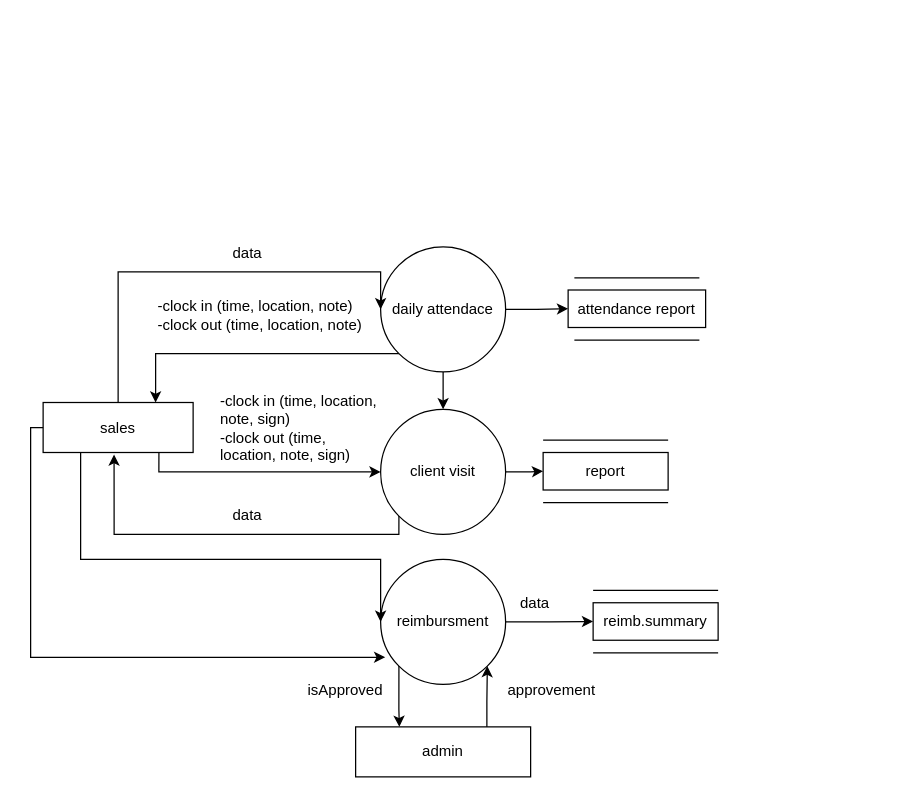
kaefd/repo-dump keeps this draw.io diagram as salesDiagram.drawio. Above is the earlier version. Source tidied: cells renumbered, new cells numbered last; positions are measured from the earlier drawing's top-left corner, leaving out a move shared by most shapes. Both pictures are drawn from the tidied source at 125%, with x=0, y=0 at pixel (30, 234).
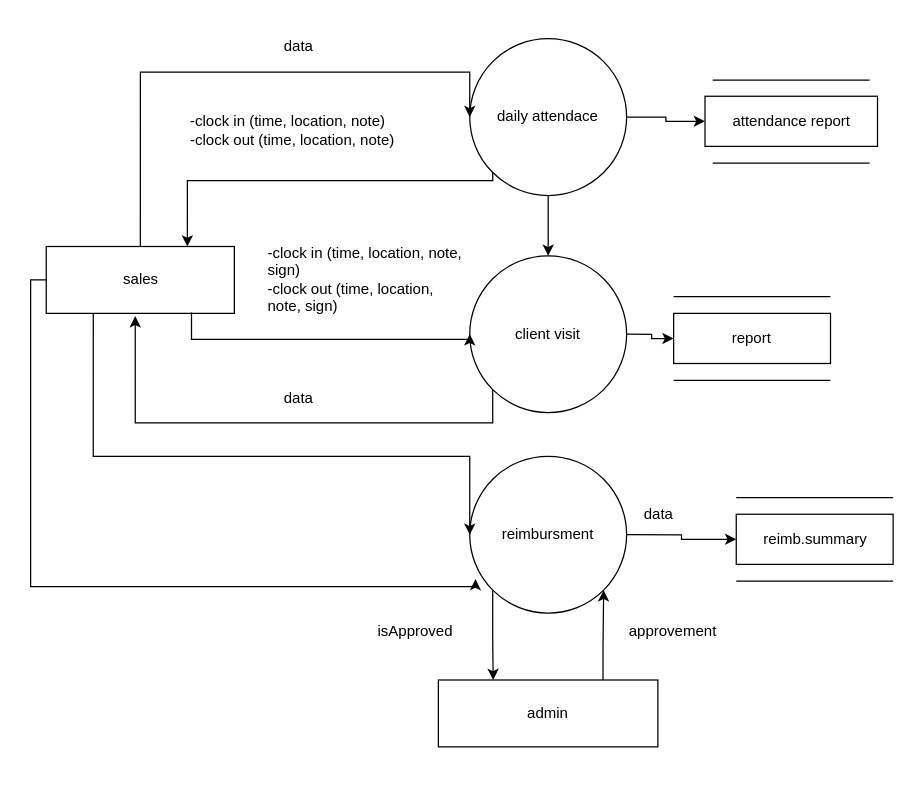
The same page after the edit.

What changed in the source:
```diff
@@
-    <mxCell id="2" style="edgeStyle=orthogonalEdgeStyle;rounded=0;jettySize=auto;html=1;exitX=1;exitY=0.5;exitDx=0;exitDy=0;entryX=0;entryY=0.5;entryDx=0;entryDy=0;" parent="1" edge="1" source="5" target="24">
-      <mxGeometry relative="1" as="geometry" />
-    </mxCell>
+    <mxCell id="36" style="group;" parent="1" vertex="1">
+      <mxGeometry y="-170" width="690" height="580" as="geometry" />
+    </mxCell>
+    <mxCell id="5" value="daily attendace" style="ellipse;whiteSpace=wrap;html=1;" parent="36" vertex="1">
+      <mxGeometry x="351.3" y="13.4" width="125.5" height="125.5" as="geometry" />
+    </mxCell>
+    <mxCell id="8" value="reimbursment" style="ellipse;whiteSpace=wrap;html=1;" parent="36" vertex="1">
+      <mxGeometry x="351.3" y="347.5" width="125.5" height="125.5" as="geometry" />
+    </mxCell>
+    <mxCell id="11" value="client visit" style="ellipse;whiteSpace=wrap;html=1;" parent="36" vertex="1">
+      <mxGeometry x="351.3" y="187.1" width="125.5" height="125.5" as="geometry" />
+    </mxCell>
-    <mxCell id="3" style="edgeStyle=orthogonalEdgeStyle;rounded=0;jettySize=auto;html=1;exitX=0.5;exitY=1;exitDx=0;exitDy=0;entryX=0.5;entryY=0;entryDx=0;entryDy=0;" parent="1" edge="1" source="5" target="11">
+    <mxCell id="3" style="edgeStyle=orthogonalEdgeStyle;rounded=0;jettySize=auto;html=1;exitX=0.5;exitY=1;exitDx=0;exitDy=0;entryX=0.5;entryY=0;entryDx=0;entryDy=0;" parent="36" edge="1" source="5" target="11">
       <mxGeometry relative="1" as="geometry" />
     </mxCell>
-    <mxCell id="4" style="edgeStyle=orthogonalEdgeStyle;rounded=0;jettySize=auto;html=1;exitX=0;exitY=1;exitDx=0;exitDy=0;entryX=0.75;entryY=0;entryDx=0;entryDy=0;" parent="1" edge="1" source="5" target="14">
-      <mxGeometry relative="1" as="geometry">
-        <Array as="points">
-          <mxPoint x="100" y="95" />
-        </Array>
-      </mxGeometry>
-    </mxCell>
-    <mxCell id="5" value="daily attendace" style="ellipse;whiteSpace=wrap;html=1;" parent="1" vertex="1">
-      <mxGeometry x="280" y="10" width="100" height="100" as="geometry" />
-    </mxCell>
-    <mxCell id="6" style="edgeStyle=orthogonalEdgeStyle;rounded=0;jettySize=auto;html=1;exitX=0;exitY=1;exitDx=0;exitDy=0;entryX=0.25;entryY=0;entryDx=0;entryDy=0;" parent="1" edge="1" source="8" target="16">
-      <mxGeometry relative="1" as="geometry" />
-    </mxCell>
-    <mxCell id="7" style="edgeStyle=orthogonalEdgeStyle;rounded=0;jettySize=auto;html=1;exitX=1;exitY=0.5;exitDx=0;exitDy=0;entryX=0;entryY=0.5;entryDx=0;entryDy=0;" parent="1" edge="1" source="8" target="18">
-      <mxGeometry relative="1" as="geometry" />
-    </mxCell>
-    <mxCell id="8" value="reimbursment" style="ellipse;whiteSpace=wrap;html=1;" parent="1" vertex="1">
-      <mxGeometry x="280" y="260" width="100" height="100" as="geometry" />
-    </mxCell>
-    <mxCell id="9" style="edgeStyle=orthogonalEdgeStyle;rounded=0;jettySize=auto;html=1;exitX=1;exitY=0.5;exitDx=0;exitDy=0;" parent="1" edge="1" source="11" target="21">
-      <mxGeometry relative="1" as="geometry" />
-    </mxCell>
-    <mxCell id="10" style="edgeStyle=orthogonalEdgeStyle;rounded=0;jettySize=auto;html=1;exitX=0;exitY=1;exitDx=0;exitDy=0;entryX=0.473;entryY=1.041;entryDx=0;entryDy=0;entryPerimeter=0;" parent="1" edge="1" source="11" target="14">
-      <mxGeometry relative="1" as="geometry">
-        <Array as="points">
-          <mxPoint x="295" y="240" />
-          <mxPoint x="67" y="240" />
-        </Array>
-      </mxGeometry>
-    </mxCell>
-    <mxCell id="11" value="client visit" style="ellipse;whiteSpace=wrap;html=1;" parent="1" vertex="1">
-      <mxGeometry x="280" y="140" width="100" height="100" as="geometry" />
-    </mxCell>
-    <mxCell id="12" style="edgeStyle=orthogonalEdgeStyle;rounded=0;jettySize=auto;html=1;exitX=0.5;exitY=0;exitDx=0;exitDy=0;entryX=0;entryY=0.5;entryDx=0;entryDy=0;" parent="1" edge="1" source="14" target="5">
+    <mxCell id="12" style="edgeStyle=orthogonalEdgeStyle;rounded=0;jettySize=auto;html=1;exitX=0.5;exitY=0;exitDx=0;exitDy=0;entryX=0;entryY=0.5;entryDx=0;entryDy=0;" parent="36" edge="1" source="14" target="5">
       <mxGeometry relative="1" as="geometry">
         <Array as="points">
-          <mxPoint x="70" y="30" />
-          <mxPoint x="280" y="30" />
+          <mxPoint x="87.8" y="40.1" />
+          <mxPoint x="351.3" y="40.1" />
         </Array>
       </mxGeometry>
     </mxCell>
-    <mxCell id="13" style="edgeStyle=orthogonalEdgeStyle;rounded=0;jettySize=auto;html=1;exitX=0.25;exitY=1;exitDx=0;exitDy=0;entryX=0;entryY=0.5;entryDx=0;entryDy=0;" parent="1" edge="1" source="14" target="8">
+    <mxCell id="13" style="edgeStyle=orthogonalEdgeStyle;rounded=0;jettySize=auto;html=1;exitX=0.25;exitY=1;exitDx=0;exitDy=0;entryX=0;entryY=0.5;entryDx=0;entryDy=0;" parent="36" edge="1" source="14" target="8">
       <mxGeometry relative="1" as="geometry">
         <Array as="points">
-          <mxPoint x="40" y="260" />
-          <mxPoint x="280" y="260" />
+          <mxPoint x="50.2" y="347.5" />
+          <mxPoint x="351.3" y="347.5" />
         </Array>
       </mxGeometry>
     </mxCell>
-    <mxCell id="14" value="sales" style="rounded=0;whiteSpace=wrap;html=1;" parent="1" vertex="1">
-      <mxGeometry x="10" y="134.5" width="120" height="40" as="geometry" />
+    <mxCell id="14" value="sales" style="rounded=0;whiteSpace=wrap;html=1;" parent="36" vertex="1">
+      <mxGeometry x="12.5" y="179.7" width="150.5" height="53.5" as="geometry" />
     </mxCell>
+    <mxCell id="4" style="edgeStyle=orthogonalEdgeStyle;rounded=0;jettySize=auto;html=1;exitX=0;exitY=1;exitDx=0;exitDy=0;entryX=0.75;entryY=0;entryDx=0;entryDy=0;" parent="36" edge="1" source="5" target="14">
+      <mxGeometry relative="1" as="geometry">
+        <Array as="points">
+          <mxPoint x="125.5" y="127" />
+        </Array>
+      </mxGeometry>
+    </mxCell>
+    <mxCell id="10" style="edgeStyle=orthogonalEdgeStyle;rounded=0;jettySize=auto;html=1;exitX=0;exitY=1;exitDx=0;exitDy=0;entryX=0.473;entryY=1.041;entryDx=0;entryDy=0;entryPerimeter=0;" parent="36" edge="1" source="11" target="14">
+      <mxGeometry relative="1" as="geometry">
+        <Array as="points">
+          <mxPoint x="370.1" y="320.7" />
+          <mxPoint x="84.1" y="320.7" />
+        </Array>
+      </mxGeometry>
+    </mxCell>
-    <mxCell id="15" style="edgeStyle=orthogonalEdgeStyle;rounded=0;jettySize=auto;html=1;exitX=0.75;exitY=0;exitDx=0;exitDy=0;entryX=1;entryY=1;entryDx=0;entryDy=0;" parent="1" edge="1" source="16" target="8">
+    <mxCell id="15" style="edgeStyle=orthogonalEdgeStyle;rounded=0;jettySize=auto;html=1;exitX=0.75;exitY=0;exitDx=0;exitDy=0;entryX=1;entryY=1;entryDx=0;entryDy=0;" parent="36" edge="1" source="16" target="8">
       <mxGeometry relative="1" as="geometry" />
     </mxCell>
-    <mxCell id="16" value="admin" style="rounded=0;whiteSpace=wrap;html=1;" parent="1" vertex="1">
-      <mxGeometry x="260" y="394" width="140" height="40" as="geometry" />
+    <mxCell id="16" value="admin" style="rounded=0;whiteSpace=wrap;html=1;" parent="36" vertex="1">
+      <mxGeometry x="326.2" y="526.5" width="175.6" height="53.5" as="geometry" />
     </mxCell>
+    <mxCell id="6" style="edgeStyle=orthogonalEdgeStyle;rounded=0;jettySize=auto;html=1;exitX=0;exitY=1;exitDx=0;exitDy=0;entryX=0.25;entryY=0;entryDx=0;entryDy=0;" parent="36" edge="1" source="8" target="16">
+      <mxGeometry relative="1" as="geometry" />
+    </mxCell>
-    <mxCell id="17" style="edgeStyle=orthogonalEdgeStyle;rounded=0;orthogonalLoop=1;jettySize=auto;html=1;exitX=0.5;exitY=1;exitDx=0;exitDy=0;" parent="1" edge="1">
+    <mxCell id="17" style="edgeStyle=orthogonalEdgeStyle;rounded=0;orthogonalLoop=1;jettySize=auto;html=1;exitX=0.5;exitY=1;exitDx=0;exitDy=0;" parent="36" edge="1">
       <mxGeometry relative="1" as="geometry">
-        <mxPoint x="500" y="324.7" as="sourcePoint" />
-        <mxPoint x="500" y="324.7" as="targetPoint" />
+        <mxPoint x="627.3" y="433.9" as="sourcePoint" />
+        <mxPoint x="627.3" y="433.9" as="targetPoint" />
       </mxGeometry>
     </mxCell>
-    <mxCell id="18" value="reimb.summary" style="rounded=0;whiteSpace=wrap;html=1;" parent="1" vertex="1">
-      <mxGeometry x="450" y="294.7" width="100" height="30" as="geometry" />
+    <mxCell id="18" value="reimb.summary" style="rounded=0;whiteSpace=wrap;html=1;" parent="36" vertex="1">
+      <mxGeometry x="564.5" y="393.9" width="125.5" height="40.1" as="geometry" />
     </mxCell>
+    <mxCell id="7" style="edgeStyle=orthogonalEdgeStyle;rounded=0;jettySize=auto;html=1;exitX=1;exitY=0.5;exitDx=0;exitDy=0;entryX=0;entryY=0.5;entryDx=0;entryDy=0;" parent="36" edge="1" source="8" target="18">
+      <mxGeometry relative="1" as="geometry" />
+    </mxCell>
-    <mxCell id="19" style="endArrow=none;html=1;rounded=0;" parent="1" edge="1">
+    <mxCell id="19" style="endArrow=none;html=1;rounded=0;" parent="36" edge="1">
       <mxGeometry relative="1" as="geometry">
-        <mxPoint x="450" y="284.7" as="sourcePoint" />
-        <mxPoint x="550" y="284.7" as="targetPoint" />
+        <mxPoint x="564.5" y="380.5" as="sourcePoint" />
+        <mxPoint x="690" y="380.5" as="targetPoint" />
       </mxGeometry>
     </mxCell>
-    <mxCell id="20" style="endArrow=none;html=1;rounded=0;" parent="1" edge="1">
+    <mxCell id="20" style="endArrow=none;html=1;rounded=0;" parent="36" edge="1">
       <mxGeometry relative="1" as="geometry">
-        <mxPoint x="450" y="334.7" as="sourcePoint" />
-        <mxPoint x="550" y="334.7" as="targetPoint" />
+        <mxPoint x="564.5" y="447.3" as="sourcePoint" />
+        <mxPoint x="690" y="447.3" as="targetPoint" />
       </mxGeometry>
     </mxCell>
-    <mxCell id="21" value="report" style="rounded=0;whiteSpace=wrap;html=1;" parent="1" vertex="1">
-      <mxGeometry x="410" y="174.5" width="100" height="30" as="geometry" />
+    <mxCell id="21" value="report" style="rounded=0;whiteSpace=wrap;html=1;" parent="36" vertex="1">
+      <mxGeometry x="514.4" y="233.2" width="125.5" height="40.1" as="geometry" />
     </mxCell>
-    <mxCell id="22" style="endArrow=none;html=1;rounded=0;" parent="1" edge="1">
+    <mxCell id="22" style="endArrow=none;html=1;rounded=0;" parent="36" edge="1">
       <mxGeometry relative="1" as="geometry">
-        <mxPoint x="410" y="164.5" as="sourcePoint" />
-        <mxPoint x="510" y="164.5" as="targetPoint" />
+        <mxPoint x="514.4" y="219.8" as="sourcePoint" />
+        <mxPoint x="639.8" y="219.8" as="targetPoint" />
       </mxGeometry>
     </mxCell>
-    <mxCell id="23" style="endArrow=none;html=1;rounded=0;" parent="1" edge="1">
+    <mxCell id="23" style="endArrow=none;html=1;rounded=0;" parent="36" edge="1">
       <mxGeometry relative="1" as="geometry">
-        <mxPoint x="410" y="214.5" as="sourcePoint" />
-        <mxPoint x="510" y="214.5" as="targetPoint" />
+        <mxPoint x="514.4" y="286.7" as="sourcePoint" />
+        <mxPoint x="639.8" y="286.7" as="targetPoint" />
       </mxGeometry>
     </mxCell>
-    <mxCell id="24" value="attendance report" style="rounded=0;whiteSpace=wrap;html=1;align=center;" parent="1" vertex="1">
-      <mxGeometry x="430" y="44.5" width="110" height="30" as="geometry" />
+    <mxCell id="24" value="attendance report" style="rounded=0;whiteSpace=wrap;html=1;align=center;" parent="36" vertex="1">
+      <mxGeometry x="539.5" y="59.5" width="138" height="40.1" as="geometry" />
     </mxCell>
-    <mxCell id="25" style="endArrow=none;html=1;rounded=0;align=center;" parent="1" edge="1">
+    <mxCell id="25" style="endArrow=none;html=1;rounded=0;align=center;" parent="36" edge="1">
       <mxGeometry relative="1" as="geometry">
-        <mxPoint x="435" y="34.8" as="sourcePoint" />
-        <mxPoint x="535" y="34.8" as="targetPoint" />
+        <mxPoint x="545.7" y="46.5" as="sourcePoint" />
+        <mxPoint x="671.2" y="46.5" as="targetPoint" />
       </mxGeometry>
     </mxCell>
-    <mxCell id="26" style="endArrow=none;html=1;rounded=0;align=center;" parent="1" edge="1">
+    <mxCell id="26" style="endArrow=none;html=1;rounded=0;align=center;" parent="36" edge="1">
       <mxGeometry relative="1" as="geometry">
-        <mxPoint x="435" y="84.5" as="sourcePoint" />
-        <mxPoint x="535" y="84.5" as="targetPoint" />
+        <mxPoint x="545.7" y="112.9" as="sourcePoint" />
+        <mxPoint x="671.2" y="112.9" as="targetPoint" />
       </mxGeometry>
     </mxCell>
-    <mxCell id="27" value="-clock in (time, location, note)&lt;br&gt;-clock out (time, location, note)" style="text;html=1;strokeColor=none;fillColor=none;align=left;verticalAlign=middle;whiteSpace=wrap;rounded=0;" parent="1" vertex="1">
-      <mxGeometry x="100" y="50" width="180" height="30" as="geometry" />
+    <mxCell id="27" value="-clock in (time, location, note)&lt;br&gt;-clock out (time, location, note)" style="text;html=1;strokeColor=none;fillColor=none;align=left;verticalAlign=middle;whiteSpace=wrap;rounded=0;" parent="36" vertex="1">
+      <mxGeometry x="125.5" y="66.8" width="225.8" height="40.1" as="geometry" />
     </mxCell>
+    <mxCell id="9" style="edgeStyle=orthogonalEdgeStyle;rounded=0;jettySize=auto;html=1;exitX=1;exitY=0.5;exitDx=0;exitDy=0;" parent="36" edge="1" source="11" target="21">
+      <mxGeometry relative="1" as="geometry" />
+    </mxCell>
-    <mxCell id="28" style="edgeStyle=orthogonalEdgeStyle;rounded=0;jettySize=auto;html=1;exitX=0.772;exitY=0.988;exitDx=0;exitDy=0;entryX=0;entryY=0.5;entryDx=0;entryDy=0;exitPerimeter=0;" parent="1" edge="1" source="14" target="11">
+    <mxCell id="28" style="edgeStyle=orthogonalEdgeStyle;rounded=0;jettySize=auto;html=1;exitX=0.772;exitY=0.988;exitDx=0;exitDy=0;entryX=0;entryY=0.5;entryDx=0;entryDy=0;exitPerimeter=0;" parent="36" edge="1" source="14" target="11">
       <mxGeometry relative="1" as="geometry">
         <Array as="points">
-          <mxPoint x="103" y="190" />
+          <mxPoint x="129.2" y="253.9" />
         </Array>
       </mxGeometry>
     </mxCell>
-    <mxCell id="29" value="-clock in (time, location, note, sign)&lt;br&gt;-clock out (time, location, note, sign)" style="text;html=1;strokeColor=none;fillColor=none;align=left;verticalAlign=middle;whiteSpace=wrap;rounded=0;" parent="1" vertex="1">
-      <mxGeometry x="150" y="134.5" width="130" height="40" as="geometry" />
+    <mxCell id="29" value="-clock in (time, location, note, sign)&lt;br&gt;-clock out (time, location, note, sign)" style="text;html=1;strokeColor=none;fillColor=none;align=left;verticalAlign=middle;whiteSpace=wrap;rounded=0;" parent="36" vertex="1">
+      <mxGeometry x="188.2" y="179.7" width="163.1" height="53.5" as="geometry" />
     </mxCell>
-    <mxCell id="30" value="data" style="text;html=1;strokeColor=none;fillColor=none;align=left;verticalAlign=middle;whiteSpace=wrap;rounded=0;" parent="1" vertex="1">
-      <mxGeometry x="160" width="40" height="30" as="geometry" />
+    <mxCell id="30" value="data" style="text;html=1;strokeColor=none;fillColor=none;align=left;verticalAlign=middle;whiteSpace=wrap;rounded=0;" parent="36" vertex="1">
+      <mxGeometry x="200.7" width="50.2" height="40.1" as="geometry" />
     </mxCell>
-    <mxCell id="31" value="data" style="text;html=1;strokeColor=none;fillColor=none;align=left;verticalAlign=middle;whiteSpace=wrap;rounded=0;" parent="1" vertex="1">
-      <mxGeometry x="160" y="210" width="40" height="30" as="geometry" />
+    <mxCell id="31" value="data" style="text;html=1;strokeColor=none;fillColor=none;align=left;verticalAlign=middle;whiteSpace=wrap;rounded=0;" parent="36" vertex="1">
+      <mxGeometry x="200.7" y="280.6" width="50.2" height="40.1" as="geometry" />
     </mxCell>
-    <mxCell id="32" value="isApproved" style="text;html=1;strokeColor=none;fillColor=none;align=left;verticalAlign=middle;whiteSpace=wrap;rounded=0;" parent="1" vertex="1">
-      <mxGeometry x="220" y="350" width="70" height="30" as="geometry" />
+    <mxCell id="32" value="isApproved" style="text;html=1;strokeColor=none;fillColor=none;align=left;verticalAlign=middle;whiteSpace=wrap;rounded=0;" parent="36" vertex="1">
+      <mxGeometry x="276" y="467.7" width="87.8" height="40.1" as="geometry" />
     </mxCell>
-    <mxCell id="33" value="approvement" style="text;html=1;strokeColor=none;fillColor=none;align=left;verticalAlign=middle;whiteSpace=wrap;rounded=0;" parent="1" vertex="1">
-      <mxGeometry x="380" y="350" width="80" height="30" as="geometry" />
+    <mxCell id="33" value="approvement" style="text;html=1;strokeColor=none;fillColor=none;align=left;verticalAlign=middle;whiteSpace=wrap;rounded=0;" parent="36" vertex="1">
+      <mxGeometry x="476.7" y="467.7" width="100.4" height="40.1" as="geometry" />
     </mxCell>
-    <mxCell id="34" value="data" style="text;html=1;strokeColor=none;fillColor=none;align=left;verticalAlign=middle;whiteSpace=wrap;rounded=0;" parent="1" vertex="1">
-      <mxGeometry x="390" y="280" width="30" height="30" as="geometry" />
+    <mxCell id="34" value="data" style="text;html=1;strokeColor=none;fillColor=none;align=left;verticalAlign=middle;whiteSpace=wrap;rounded=0;" parent="36" vertex="1">
+      <mxGeometry x="489.3" y="374.2" width="37.6" height="40.1" as="geometry" />
     </mxCell>
+    <mxCell id="2" style="edgeStyle=orthogonalEdgeStyle;rounded=0;jettySize=auto;html=1;exitX=1;exitY=0.5;exitDx=0;exitDy=0;entryX=0;entryY=0.5;entryDx=0;entryDy=0;" parent="36" edge="1" source="5" target="24">
+      <mxGeometry relative="1" as="geometry" />
+    </mxCell>
-    <mxCell id="35" style="edgeStyle=orthogonalEdgeStyle;rounded=0;jettySize=auto;html=1;exitX=0;exitY=0.5;exitDx=0;exitDy=0;entryX=0.037;entryY=0.783;entryDx=0;entryDy=0;entryPerimeter=0;" parent="1" edge="1" source="14" target="8">
+    <mxCell id="35" style="edgeStyle=orthogonalEdgeStyle;rounded=0;jettySize=auto;html=1;exitX=0;exitY=0.5;exitDx=0;exitDy=0;entryX=0.037;entryY=0.783;entryDx=0;entryDy=0;entryPerimeter=0;" parent="36" edge="1" source="14" target="8">
       <mxGeometry relative="1" as="geometry">
         <Array as="points">
-          <mxPoint y="154" />
-          <mxPoint y="338" />
+          <mxPoint y="205.8" />
+          <mxPoint y="451.7" />
         </Array>
       </mxGeometry>
     </mxCell>
```
